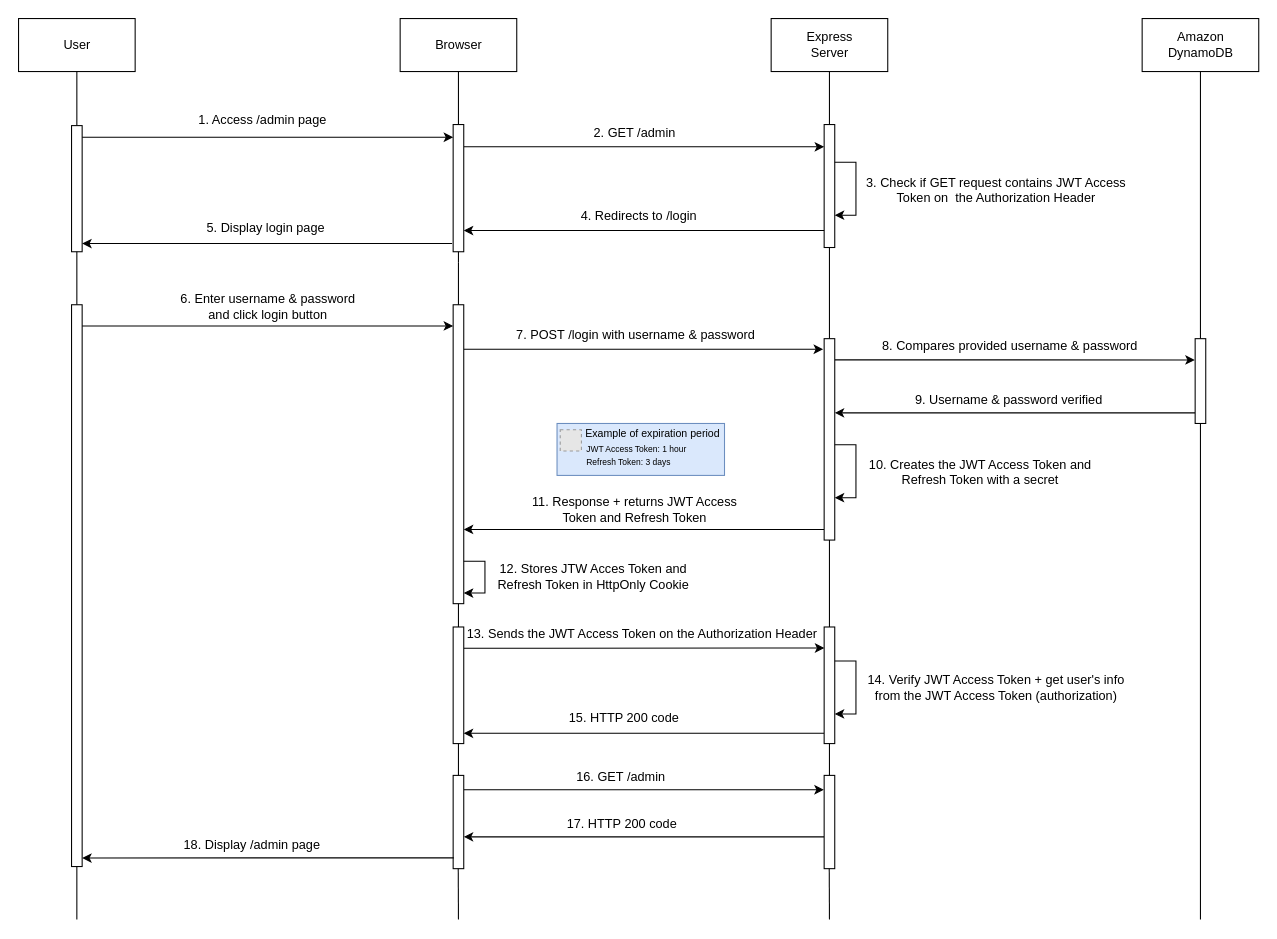
Earlier version of the draw.io diagram doc/diagrams/authentication-flow/A&A-flow.drawio (halaoner/KO-Portfolio). Source tidied: cells renumbered, new cells numbered last; positions are measured from the earlier drawing's top-left corner, leaving out a move shared by most shapes. Both pictures are drawn from the tidied source at 106%, with x=0, y=0 at pixel (18, 18). Pictures stored in the file or linked from it are replaced by grey dashed boxes.
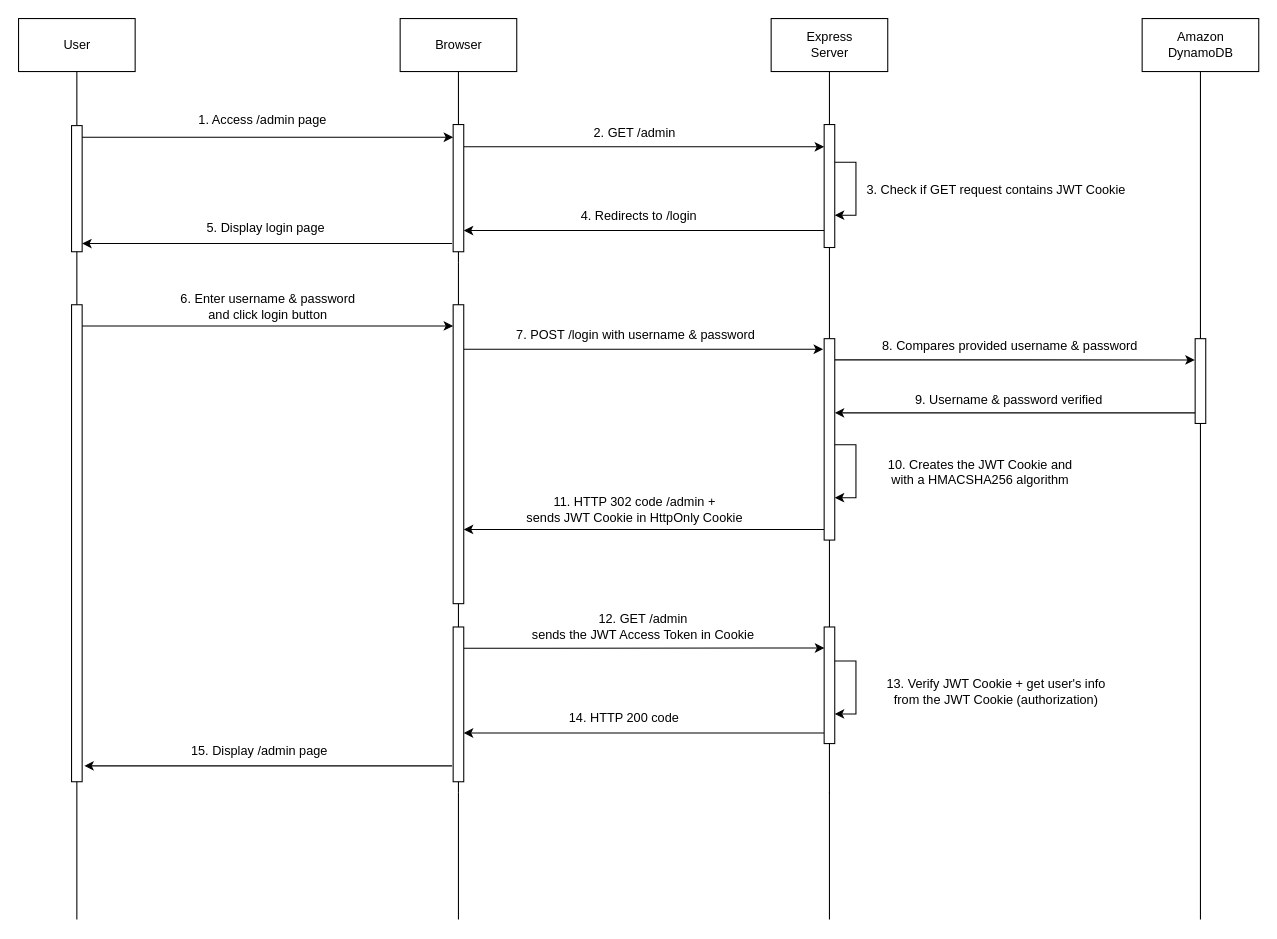
After the change.

The change refers to these unchanged cells:
```xml
<mxCell id="28" style="html=1;points=[];perimeter=orthogonalPerimeter;" parent="1" vertex="1">
  <mxGeometry x="760" y="574" width="10" height="110" as="geometry" />
</mxCell>
```

Diff of the diagram source:
```diff
@@
-    <mxCell id="22" value="10. Creates the JWT Access Token and &lt;br&gt;Refresh Token with a secret" style="text;html=1;align=center;verticalAlign=middle;strokeColor=none;fillColor=none;" parent="1" vertex="1">
-      <mxGeometry x="792" y="413" width="230" height="30" as="geometry" />
+    <mxCell id="22" value="10. Creates the JWT Cookie and &lt;br&gt;with a HMACSHA256 algorithm" style="text;html=1;align=center;verticalAlign=middle;strokeColor=none;fillColor=none;" parent="1" vertex="1">
+      <mxGeometry x="812" y="413" width="190" height="30" as="geometry" />
     </mxCell>
-    <mxCell id="23" value="11. Response + returns JWT Access &lt;br&gt;Token and Refresh Token" style="text;html=1;align=center;verticalAlign=middle;strokeColor=none;fillColor=none;" parent="1" vertex="1">
-      <mxGeometry x="476" y="448" width="210" height="30" as="geometry" />
+    <mxCell id="23" value="11. HTTP 302 code /admin +&lt;br&gt;sends JWT Cookie in HttpOnly Cookie" style="text;html=1;align=center;verticalAlign=middle;strokeColor=none;fillColor=none;" parent="1" vertex="1">
+      <mxGeometry x="471" y="448" width="220" height="30" as="geometry" />
     </mxCell>
@@
     <mxCell id="25" style="html=1;points=[];perimeter=orthogonalPerimeter;" parent="1" vertex="1">
-      <mxGeometry x="410" y="574" width="10" height="110" as="geometry" />
+      <mxGeometry x="410" y="574" width="10" height="146" as="geometry" />
     </mxCell>
@@
-    <mxCell id="27" style="edgeStyle=orthogonalEdgeStyle;rounded=0;jettySize=auto;html=1;entryX=0.994;entryY=0.912;entryDx=0;entryDy=0;entryPerimeter=0;" parent="1" edge="1" source="28" target="25">
+    <mxCell id="27" style="edgeStyle=orthogonalEdgeStyle;rounded=0;jettySize=auto;html=1;" parent="1" edge="1" source="28">
       <mxGeometry relative="1" as="geometry">
+        <mxPoint x="420" y="674" as="targetPoint" />
         <Array as="points">
-          <mxPoint x="590" y="674" />
+          <mxPoint x="420" y="674" />
         </Array>
       </mxGeometry>
     </mxCell>
@@
-    <mxCell id="29" value="13. Sends the JWT Access Token on the Authorization Header" style="text;html=1;align=center;verticalAlign=middle;strokeColor=none;fillColor=none;" parent="1" vertex="1">
-      <mxGeometry x="413" y="571" width="350" height="20" as="geometry" />
+    <mxCell id="29" value="12. GET /admin &lt;br&gt;sends the JWT Access Token in Cookie" style="text;html=1;align=center;verticalAlign=middle;strokeColor=none;fillColor=none;" parent="1" vertex="1">
+      <mxGeometry x="474" y="559" width="230" height="30" as="geometry" />
     </mxCell>
@@
-    <mxCell id="31" value="14. Verify JWT Access Token&amp;nbsp;+ get user's info &lt;br&gt;from the JWT Access Token (authorization)" style="text;html=1;align=center;verticalAlign=middle;strokeColor=none;fillColor=none;" parent="1" vertex="1">
-      <mxGeometry x="792" y="616" width="260" height="30" as="geometry" />
+    <mxCell id="31" value="13. Verify JWT Cookie + get user's info &lt;br&gt;from the JWT Cookie (authorization)" style="text;html=1;align=center;verticalAlign=middle;strokeColor=none;fillColor=none;" parent="1" vertex="1">
+      <mxGeometry x="812" y="620" width="220" height="30" as="geometry" />
     </mxCell>
-    <mxCell id="32" value="15. HTTP 200 code" style="text;html=1;align=center;verticalAlign=middle;strokeColor=none;fillColor=none;" parent="1" vertex="1">
+    <mxCell id="32" value="14. HTTP 200 code" style="text;html=1;align=center;verticalAlign=middle;strokeColor=none;fillColor=none;" parent="1" vertex="1">
       <mxGeometry x="511" y="650" width="120" height="20" as="geometry" />
     </mxCell>
-    <mxCell id="33" style="edgeStyle=orthogonalEdgeStyle;rounded=0;jettySize=auto;html=1;entryX=-0.033;entryY=0.154;entryDx=0;entryDy=0;entryPerimeter=0;" parent="1" edge="1" source="34" target="36">
-      <mxGeometry relative="1" as="geometry">
-        <Array as="points">
-          <mxPoint x="590" y="728" />
-        </Array>
-      </mxGeometry>
-    </mxCell>
-    <mxCell id="34" style="html=1;points=[];perimeter=orthogonalPerimeter;" parent="1" vertex="1">
-      <mxGeometry x="410" y="714" width="10" height="88" as="geometry" />
-    </mxCell>
-    <mxCell id="35" style="edgeStyle=orthogonalEdgeStyle;rounded=0;jettySize=auto;html=1;" parent="1" edge="1" source="36" target="34">
-      <mxGeometry relative="1" as="geometry">
-        <Array as="points">
-          <mxPoint x="640" y="772" />
-          <mxPoint x="640" y="772" />
-        </Array>
-      </mxGeometry>
-    </mxCell>
-    <mxCell id="36" style="html=1;points=[];perimeter=orthogonalPerimeter;" parent="1" vertex="1">
-      <mxGeometry x="760" y="714" width="10" height="88" as="geometry" />
-    </mxCell>
-    <mxCell id="37" value="16. GET /admin" style="text;html=1;align=center;verticalAlign=middle;strokeColor=none;fillColor=none;" parent="1" vertex="1">
-      <mxGeometry x="518" y="706" width="100" height="20" as="geometry" />
-    </mxCell>
-    <mxCell id="38" value="17. HTTP 200 code" style="text;html=1;align=center;verticalAlign=middle;strokeColor=none;fillColor=none;" parent="1" vertex="1">
-      <mxGeometry x="509" y="750" width="120" height="20" as="geometry" />
-    </mxCell>
@@
-    <mxCell id="46" style="edgeStyle=orthogonalEdgeStyle;rounded=0;orthogonalLoop=1;jettySize=auto;html=1;" parent="1" edge="1">
-      <mxGeometry relative="1" as="geometry">
-        <mxPoint x="420" y="512" as="sourcePoint" />
-        <mxPoint x="420" y="542" as="targetPoint" />
-        <Array as="points">
-          <mxPoint x="440" y="512" />
-          <mxPoint x="440" y="542" />
-          <mxPoint x="420" y="542" />
-        </Array>
-      </mxGeometry>
-    </mxCell>
-    <mxCell id="47" value="12. Stores JTW Acces Token and &lt;br&gt;Refresh Token in HttpOnly Cookie" style="text;html=1;align=center;verticalAlign=middle;strokeColor=none;fillColor=none;" parent="1" vertex="1">
-      <mxGeometry x="442" y="512" width="200" height="30" as="geometry" />
-    </mxCell>
@@
-    <mxCell id="53" style="edgeStyle=orthogonalEdgeStyle;rounded=0;jettySize=auto;html=1;entryX=1;entryY=0.833;entryDx=0;entryDy=0;entryPerimeter=0;exitX=0.06;exitY=0.884;exitDx=0;exitDy=0;exitPerimeter=0;" parent="1" edge="1" source="34">
-      <mxGeometry relative="1" as="geometry">
-        <mxPoint x="60" y="792" as="targetPoint" />
-      </mxGeometry>
-    </mxCell>
-    <mxCell id="54" value="18. Display /admin page" style="text;html=1;align=center;verticalAlign=middle;strokeColor=none;fillColor=none;" parent="1" vertex="1">
-      <mxGeometry x="150" y="770" width="140" height="20" as="geometry" />
+    <mxCell id="54" value="15. Display /admin page" style="text;html=1;align=center;verticalAlign=middle;strokeColor=none;fillColor=none;" parent="1" vertex="1">
+      <mxGeometry x="157" y="681" width="140" height="20" as="geometry" />
     </mxCell>
@@
     <mxCell id="57" style="html=1;points=[];perimeter=orthogonalPerimeter;" parent="1" vertex="1">
-      <mxGeometry x="50" y="270" width="10" height="530" as="geometry" />
+      <mxGeometry x="50" y="270" width="10" height="450" as="geometry" />
     </mxCell>
@@
-    <mxCell id="63" style="endArrow=none;html=1;rounded=0;entryX=0.5;entryY=1;entryDx=0;entryDy=0;" parent="1" edge="1">
+    <mxCell id="63" style="endArrow=none;html=1;rounded=0;" parent="1" edge="1">
       <mxGeometry relative="1" as="geometry">
         <mxPoint x="415" y="850" as="sourcePoint" />
-        <mxPoint x="414.8" y="802" as="targetPoint" />
+        <mxPoint x="415" y="730" as="targetPoint" />
       </mxGeometry>
     </mxCell>
-    <mxCell id="64" style="endArrow=none;html=1;rounded=0;entryX=0.5;entryY=1;entryDx=0;entryDy=0;" parent="1" edge="1">
+    <mxCell id="64" style="endArrow=none;html=1;rounded=0;" parent="1" edge="1">
       <mxGeometry relative="1" as="geometry">
         <mxPoint x="765" y="850" as="sourcePoint" />
-        <mxPoint x="764.8" y="802" as="targetPoint" />
+        <mxPoint x="765" y="730" as="targetPoint" />
       </mxGeometry>
     </mxCell>
@@
-    <mxCell id="66" value="3. Check if GET request contains JWT Access &lt;br&gt;Token on&amp;nbsp; the Authorization Header" style="text;html=1;align=center;verticalAlign=middle;strokeColor=none;fillColor=none;" parent="1" vertex="1">
-      <mxGeometry x="792" y="147" width="260" height="30" as="geometry" />
+    <mxCell id="66" value="3. Check if GET request contains JWT Cookie" style="text;html=1;align=center;verticalAlign=middle;strokeColor=none;fillColor=none;" parent="1" vertex="1">
+      <mxGeometry x="792" y="152" width="260" height="20" as="geometry" />
     </mxCell>
-    <mxCell id="67" style="rounded=0;whiteSpace=wrap;html=1;fillColor=#dae8fc;strokeColor=#6c8ebf;" parent="1" vertex="1">
-      <mxGeometry x="508" y="382" width="158" height="49" as="geometry" />
-    </mxCell>
-    <mxCell id="68" style="fillColor=#E6E6E6;strokeColor=#999999;dashed=1;html=1;verticalAlign=top;verticalLabelPosition=bottom;labelBackgroundColor=#ffffff;" parent="1" vertex="1">
-      <mxGeometry x="511" y="388" width="20" height="20" as="geometry" />
-    </mxCell>
-    <mxCell id="69" value="&lt;font style=&quot;font-size: 8px&quot;&gt;JWT Access Token: 1 hour&lt;/font&gt;" style="text;html=1;strokeColor=none;fillColor=none;align=left;verticalAlign=middle;whiteSpace=wrap;rounded=0;" parent="1" vertex="1">
-      <mxGeometry x="534" y="399" width="117" height="12" as="geometry" />
-    </mxCell>
-    <mxCell id="70" value="&lt;font style=&quot;font-size: 8px&quot;&gt;Refresh Token: 3 days&lt;/font&gt;" style="text;html=1;strokeColor=none;fillColor=none;align=left;verticalAlign=middle;whiteSpace=wrap;rounded=0;" parent="1" vertex="1">
-      <mxGeometry x="534" y="412" width="94" height="11" as="geometry" />
-    </mxCell>
-    <mxCell id="71" value="&lt;font style=&quot;font-size: 10px&quot;&gt;Example of expiration period&lt;/font&gt;" style="text;html=1;strokeColor=none;fillColor=none;align=center;verticalAlign=middle;whiteSpace=wrap;rounded=0;" parent="1" vertex="1">
-      <mxGeometry x="534" y="382" width="129" height="17" as="geometry" />
-    </mxCell>
+    <mxCell id="72" style="edgeStyle=orthogonalEdgeStyle;rounded=0;orthogonalLoop=1;jettySize=auto;html=1;" parent="1" edge="1">
+      <mxGeometry relative="1" as="geometry">
+        <mxPoint x="409" y="705" as="sourcePoint" />
+        <mxPoint x="62" y="705" as="targetPoint" />
+        <Array as="points">
+          <mxPoint x="409" y="705" />
+          <mxPoint x="62" y="705" />
+        </Array>
+      </mxGeometry>
+    </mxCell>
```
